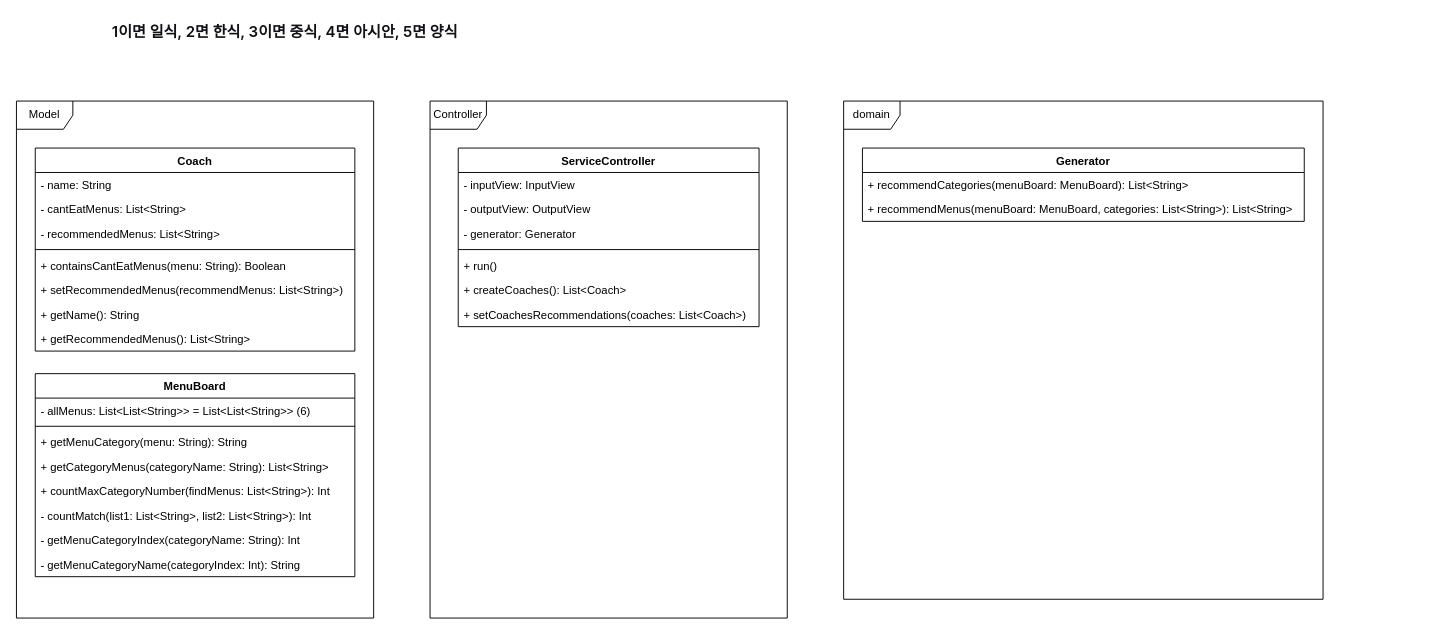
Earlier version of the draw.io diagram docs/Diagram_Menu.drawio (otter66/kotlin-menu). Source tidied: cells renumbered, new cells numbered last; positions are measured from the earlier drawing's top-left corner, leaving out a move shared by most shapes. Both pictures are drawn from the tidied source at 94%, with x=0, y=0 at pixel (16, 16).
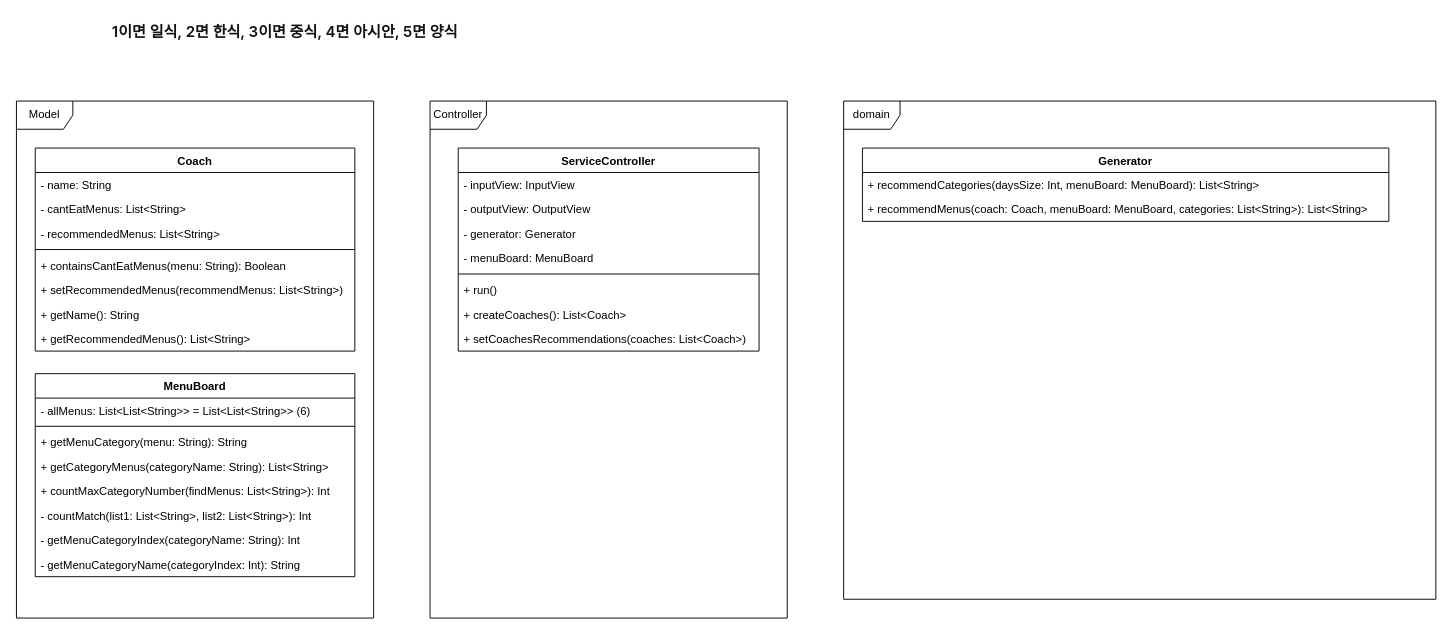
After the change.

Commit message:
docs: 다이어그램 업데이트

Diff of the diagram source:
```diff
@@
     <mxCell id="2" value="domain" style="shape=umlFrame;whiteSpace=wrap;html=1;" parent="1" vertex="1">
-      <mxGeometry x="880" y="90" width="510" height="530" as="geometry" />
+      <mxGeometry x="880" y="90" width="630" height="530" as="geometry" />
     </mxCell>
@@
     <mxCell id="22" value="Generator" style="swimlane;fontStyle=1;align=center;verticalAlign=top;horizontal=1;startSize=26;" parent="1" vertex="1">
-      <mxGeometry x="900" y="140" width="470" height="78" as="geometry" />
+      <mxGeometry x="900" y="140" width="560" height="78" as="geometry" />
     </mxCell>
-    <mxCell id="23" value="+ recommendCategories(menuBoard: MenuBoard): List&lt;String&gt;" style="text;strokeColor=none;fillColor=none;align=left;verticalAlign=top;spacingLeft=4;spacingRight=4;overflow=hidden;" parent="22" vertex="1">
-      <mxGeometry y="26" width="470" height="26" as="geometry" />
+    <mxCell id="23" value="+ recommendCategories(daysSize: Int, menuBoard: MenuBoard): List&lt;String&gt;" style="text;strokeColor=none;fillColor=none;align=left;verticalAlign=top;spacingLeft=4;spacingRight=4;overflow=hidden;" parent="22" vertex="1">
+      <mxGeometry y="26" width="560" height="26" as="geometry" />
     </mxCell>
-    <mxCell id="24" value="+ recommendMenus(menuBoard: MenuBoard, categories: List&lt;String&gt;): List&lt;String&gt;" style="text;strokeColor=none;fillColor=none;align=left;verticalAlign=top;spacingLeft=4;spacingRight=4;overflow=hidden;" parent="22" vertex="1">
-      <mxGeometry y="52" width="470" height="26" as="geometry" />
+    <mxCell id="24" value="+ recommendMenus(coach: Coach, menuBoard: MenuBoard, categories: List&lt;String&gt;): List&lt;String&gt;" style="text;strokeColor=none;fillColor=none;align=left;verticalAlign=top;spacingLeft=4;spacingRight=4;overflow=hidden;" parent="22" vertex="1">
+      <mxGeometry y="52" width="560" height="26" as="geometry" />
     </mxCell>
@@
     <mxCell id="27" value="ServiceController" style="swimlane;fontStyle=1;align=center;verticalAlign=top;horizontal=1;startSize=26;" parent="1" vertex="1">
-      <mxGeometry x="470" y="140" width="320" height="190" as="geometry" />
+      <mxGeometry x="470" y="140" width="320" height="216" as="geometry" />
     </mxCell>
@@
+    <mxCell id="35" value="- menuBoard: MenuBoard" style="text;strokeColor=none;fillColor=none;align=left;verticalAlign=top;spacingLeft=4;spacingRight=4;overflow=hidden;" parent="27" vertex="1">
+      <mxGeometry y="104" width="320" height="26" as="geometry" />
+    </mxCell>
     <mxCell id="31" style="line;strokeWidth=1;fillColor=none;align=left;verticalAlign=middle;spacingTop=-1;spacingLeft=3;spacingRight=3;labelPosition=right;strokeColor=inherit;" parent="27" vertex="1">
-      <mxGeometry y="104" width="320" height="8" as="geometry" />
+      <mxGeometry y="130" width="320" height="8" as="geometry" />
     </mxCell>
     <mxCell id="32" value="+ run()" style="text;strokeColor=none;fillColor=none;align=left;verticalAlign=top;spacingLeft=4;spacingRight=4;overflow=hidden;" parent="27" vertex="1">
-      <mxGeometry y="112" width="320" height="26" as="geometry" />
+      <mxGeometry y="138" width="320" height="26" as="geometry" />
     </mxCell>
     <mxCell id="33" value="+ createCoaches(): List&lt;Coach&gt;" style="text;strokeColor=none;fillColor=none;align=left;verticalAlign=top;spacingLeft=4;spacingRight=4;overflow=hidden;" parent="27" vertex="1">
-      <mxGeometry y="138" width="320" height="26" as="geometry" />
+      <mxGeometry y="164" width="320" height="26" as="geometry" />
     </mxCell>
     <mxCell id="34" value="+ setCoachesRecommendations(coaches: List&lt;Coach&gt;)" style="text;strokeColor=none;fillColor=none;align=left;verticalAlign=top;spacingLeft=4;spacingRight=4;overflow=hidden;" parent="27" vertex="1">
-      <mxGeometry y="164" width="320" height="26" as="geometry" />
+      <mxGeometry y="190" width="320" height="26" as="geometry" />
     </mxCell>
```
